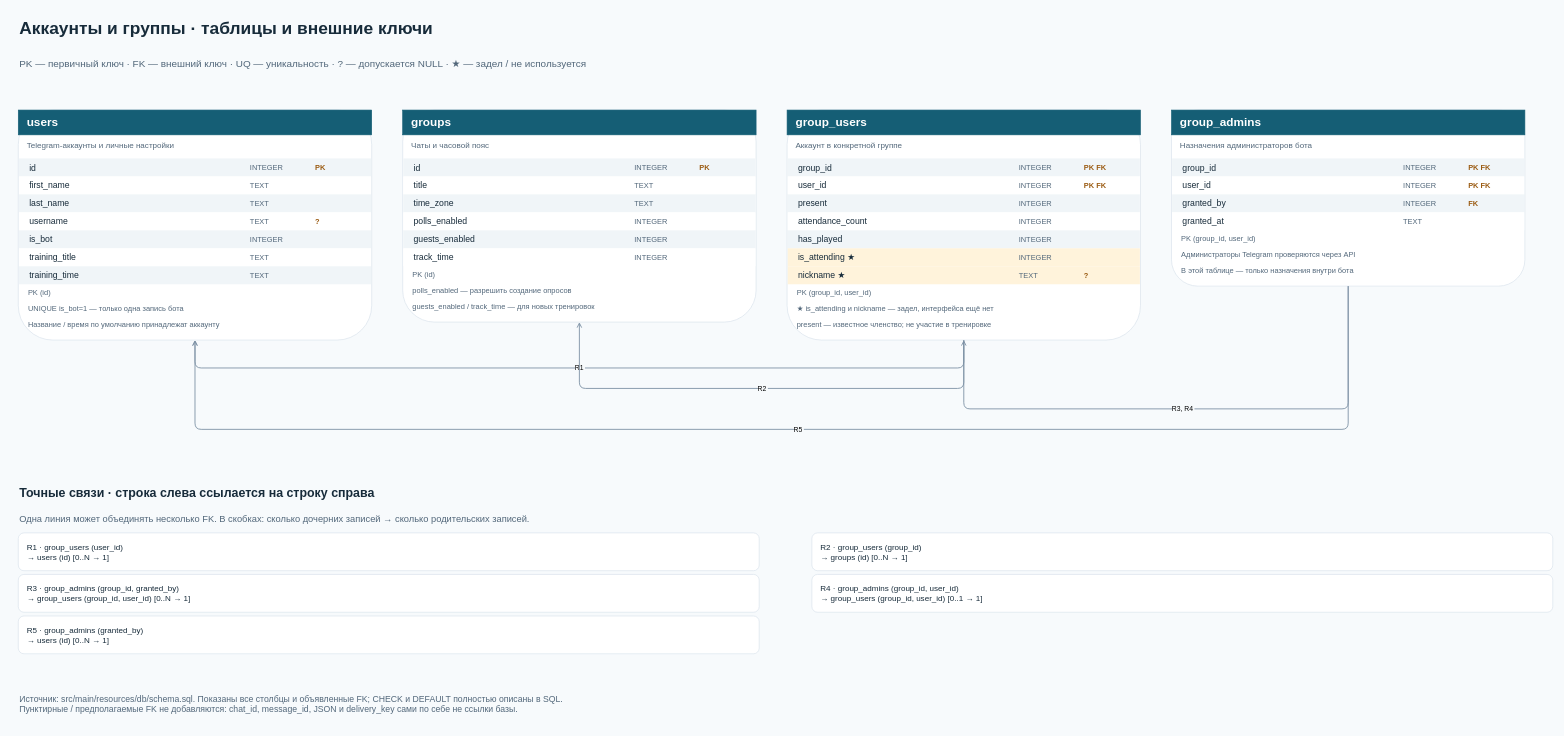
This is page "02 · Аккаунты и группы" (2 of 6) of docs/diagrams/DATABASE_ERD.drawio from Romamor/tennis-split-bot, a draw.io file, before an edit. Source tidied: cells renumbered, new cells numbered last; positions are measured from the earlier drawing's top-left corner, leaving out a move shared by most shapes. Both pictures are drawn from the tidied source at 62%, with x=0, y=0 at pixel (11, 11).
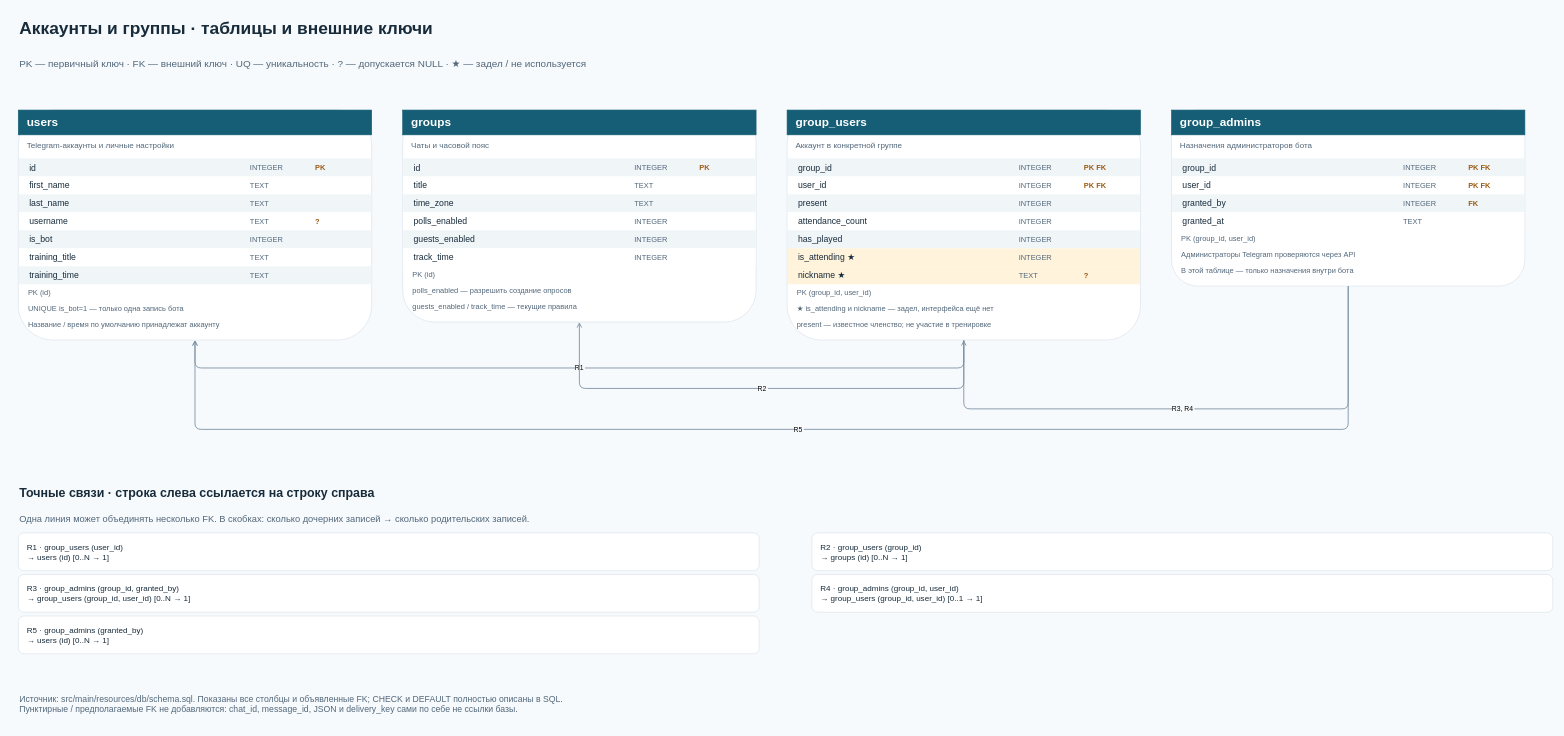
Above is the later version.

The change refers to these unchanged cells:
```xml
<mxCell id="38" style="rounded=1;whiteSpace=wrap;html=0;fillColor=#ffffff;strokeColor=#d7e1ea;fontColor=#172b3a;fontSize=14;fontFamily=Arial;align=left;verticalAlign=middle;spacingLeft=12;spacingRight=10;" parent="1" vertex="1">
  <mxGeometry x="632" y="160" width="570" height="342" as="geometry" />
</mxCell>
```

The edit, as a diff of the source:
```diff
@@
-    <mxCell id="67" value="guests_enabled / track_time — для новых тренировок" style="rounded=0;whiteSpace=wrap;html=0;fillColor=none;strokeColor=none;fontColor=#52677a;fontSize=12;fontFamily=Arial;align=left;verticalAlign=middle;spacingLeft=12;spacingRight=10;" parent="38" vertex="1">
+    <mxCell id="67" value="guests_enabled / track_time — текущие правила" style="rounded=0;whiteSpace=wrap;html=0;fillColor=none;strokeColor=none;fontColor=#52677a;fontSize=12;fontFamily=Arial;align=left;verticalAlign=middle;spacingLeft=12;spacingRight=10;" parent="38" vertex="1">
       <mxGeometry x="2" y="304" width="566" height="26" as="geometry" />
     </mxCell>
```
